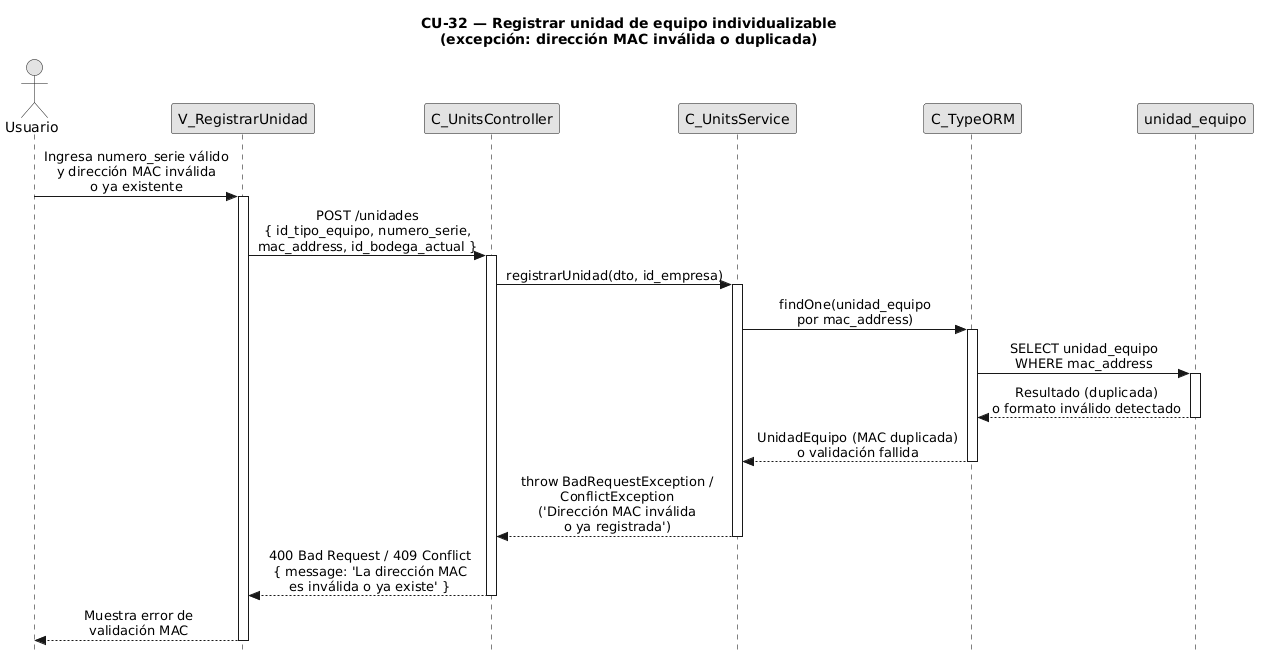
Earlier version of the PlantUML export diagramas-secuencia/CU32/CU32-exc-mac-invalida.png (FSM-Finet-y-Cable-Magico/Team_1-Inventario-y-Bodega).
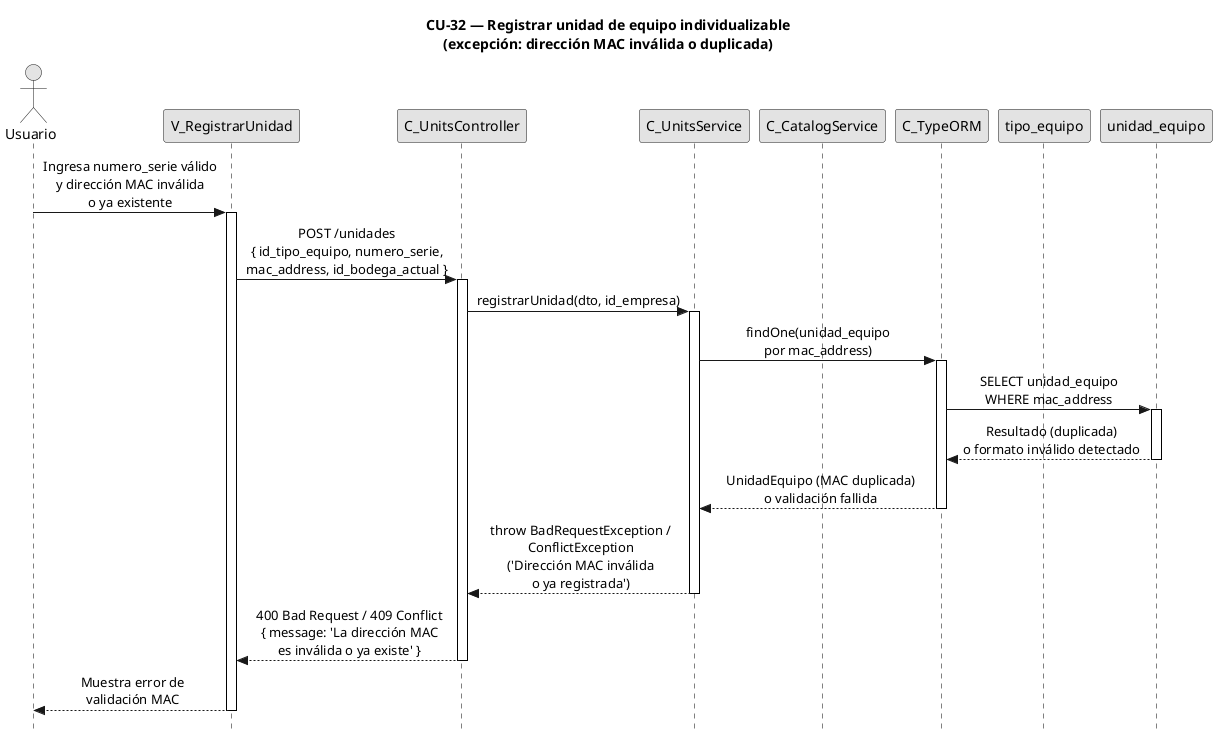
After the commit.

What changed in the source:
```diff
@@ -1,4 +1,4 @@
-@startuml
+@startuml CU32-exc-mac-invalida
 title CU-32 — Registrar unidad de equipo individualizable\n(excepción: dirección MAC inválida o duplicada)
 
 skinparam style strictuml
@@ -15,7 +15,9 @@
 participant "V_RegistrarUnidad" as view
 participant "C_UnitsController" as ctrl
 participant "C_UnitsService" as svc
+participant "C_CatalogService" as cat
 participant "C_TypeORM" as orm
+participant "tipo_equipo" as tent
 participant "unidad_equipo" as uent
 
 user -> view : Ingresa numero_serie válido\ny dirección MAC inválida\no ya existente
@@ -46,4 +48,5 @@
 
 view --> user : Muestra error de\nvalidación MAC
 deactivate view
+
 @enduml
```
